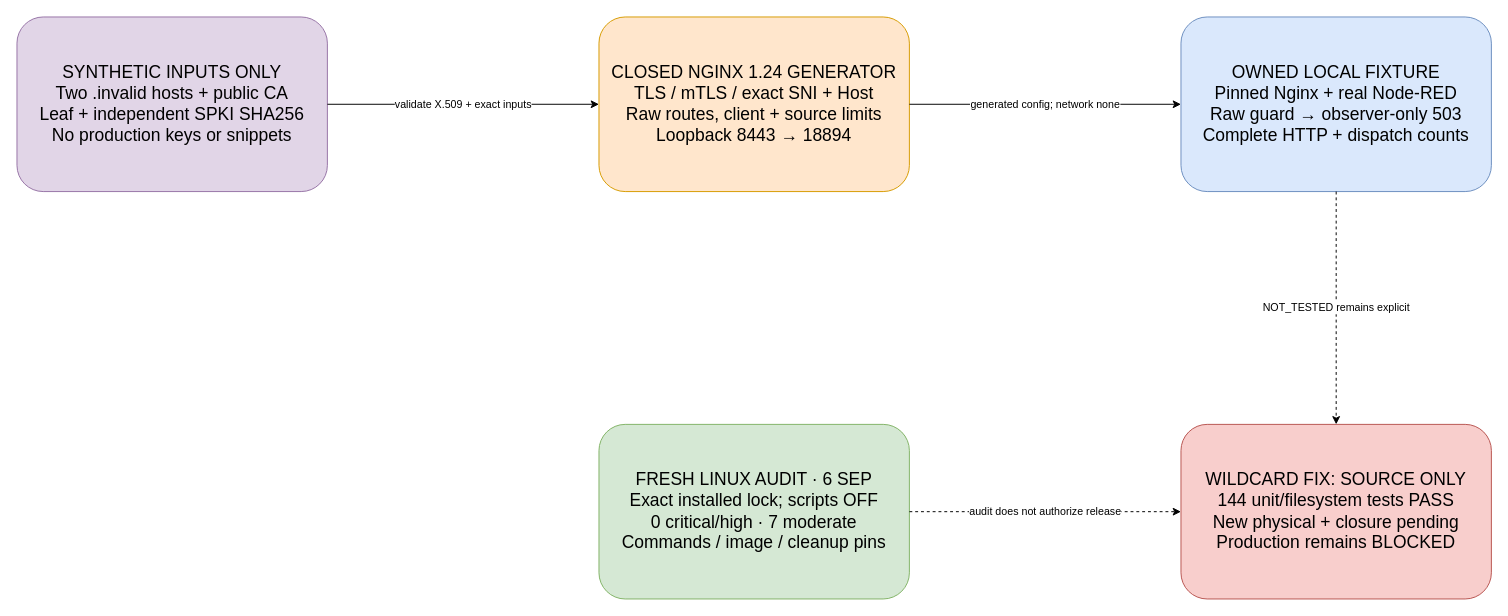
The draw.io diagram page "Nginx candidate and fresh audit" (4 of 4) of docs/assets/partner-game-membership-ingress-evidence.drawio in Z6v6e6r/lk, before the edit. Source tidied: cells renumbered, new cells numbered last; positions are measured from the earlier drawing's top-left corner, leaving out a move shared by most shapes. Both pictures are drawn from the tidied source at 97%, with x=0, y=0 at pixel (16, 16).
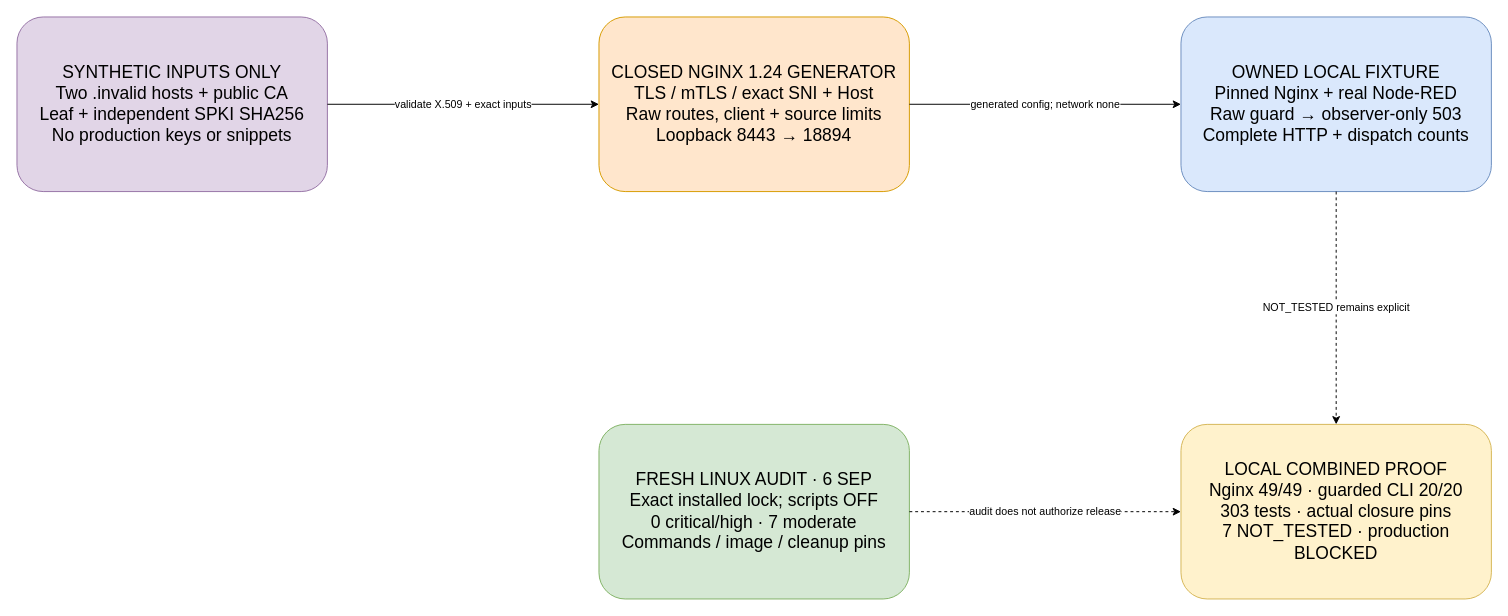
The same diagram, later.

Commit message (it also covers changes not shown here):
test(partner): refresh Linux proof for forwarding guard

What changed in the source:
```diff
@@
 <mxGraphModel>
   <root>
     <mxCell id="0" />
     <mxCell id="1" parent="0" />
     <mxCell id="2" value="SYNTHETIC INPUTS ONLY&#10;Two .invalid hosts + public CA&#10;Leaf + independent SPKI SHA256&#10;No production keys or snippets" style="rounded=1;whiteSpace=wrap;html=1;fillColor=#e1d5e7;strokeColor=#9673a6;fontSize=18;spacing=14;" parent="1" vertex="1">
       <mxGeometry width="320" height="180" as="geometry" />
     </mxCell>
     <mxCell id="3" value="CLOSED NGINX 1.24 GENERATOR&#10;TLS / mTLS / exact SNI + Host&#10;Raw routes, client + source limits&#10;Loopback 8443 → 18894" style="rounded=1;whiteSpace=wrap;html=1;fillColor=#ffe6cc;strokeColor=#d79b00;fontSize=18;spacing=14;" parent="1" vertex="1">
       <mxGeometry x="600" width="320" height="180" as="geometry" />
     </mxCell>
     <mxCell id="4" value="OWNED LOCAL FIXTURE&#10;Pinned Nginx + real Node-RED&#10;Raw guard → observer-only 503&#10;Complete HTTP + dispatch counts" style="rounded=1;whiteSpace=wrap;html=1;fillColor=#dae8fc;strokeColor=#6c8ebf;fontSize=18;spacing=14;" parent="1" vertex="1">
       <mxGeometry x="1200" width="320" height="180" as="geometry" />
     </mxCell>
     <mxCell id="5" value="FRESH LINUX AUDIT · 6 SEP&#10;Exact installed lock; scripts OFF&#10;0 critical/high · 7 moderate&#10;Commands / image / cleanup pins" style="rounded=1;whiteSpace=wrap;html=1;fillColor=#d5e8d4;strokeColor=#82b366;fontSize=18;spacing=14;" parent="1" vertex="1">
       <mxGeometry x="600" y="420" width="320" height="180" as="geometry" />
     </mxCell>
-    <mxCell id="6" value="WILDCARD FIX: SOURCE ONLY&#10;144 unit/filesystem tests PASS&#10;New physical + closure pending&#10;Production remains BLOCKED" style="rounded=1;whiteSpace=wrap;html=1;fillColor=#f8cecc;strokeColor=#b85450;fontSize=18;spacing=14;" parent="1" vertex="1">
+    <mxCell id="6" value="LOCAL COMBINED PROOF&#10;Nginx 49/49 · guarded CLI 20/20&#10;303 tests · actual closure pins&#10;7 NOT_TESTED · production BLOCKED" style="rounded=1;whiteSpace=wrap;html=1;fillColor=#fff2cc;strokeColor=#d6b656;fontSize=18;spacing=14;" parent="1" vertex="1">
       <mxGeometry x="1200" y="420" width="320" height="180" as="geometry" />
     </mxCell>
     <mxCell id="7" value="validate X.509 + exact inputs" style="edgeStyle=orthogonalEdgeStyle;rounded=1;jettySize=auto;html=1;exitX=1;exitY=0.5;entryX=0;entryY=0.5;" parent="1" edge="1" source="2" target="3">
       <mxGeometry relative="1" as="geometry" />
     </mxCell>
     <mxCell id="8" value="generated config; network none" style="edgeStyle=orthogonalEdgeStyle;rounded=1;jettySize=auto;html=1;exitX=1;exitY=0.5;entryX=0;entryY=0.5;" parent="1" edge="1" source="3" target="4">
       <mxGeometry relative="1" as="geometry" />
     </mxCell>
     <mxCell id="9" value="NOT_TESTED remains explicit" style="edgeStyle=orthogonalEdgeStyle;rounded=1;jettySize=auto;html=1;dashed=1;exitX=0.5;exitY=1;entryX=0.5;entryY=0;" parent="1" edge="1" source="4" target="6">
       <mxGeometry relative="1" as="geometry" />
     </mxCell>
     <mxCell id="10" value="audit does not authorize release" style="edgeStyle=orthogonalEdgeStyle;rounded=1;jettySize=auto;html=1;dashed=1;exitX=1;exitY=0.5;entryX=0;entryY=0.5;" parent="1" edge="1" source="5" target="6">
       <mxGeometry relative="1" as="geometry" />
     </mxCell>
   </root>
 </mxGraphModel>
```
